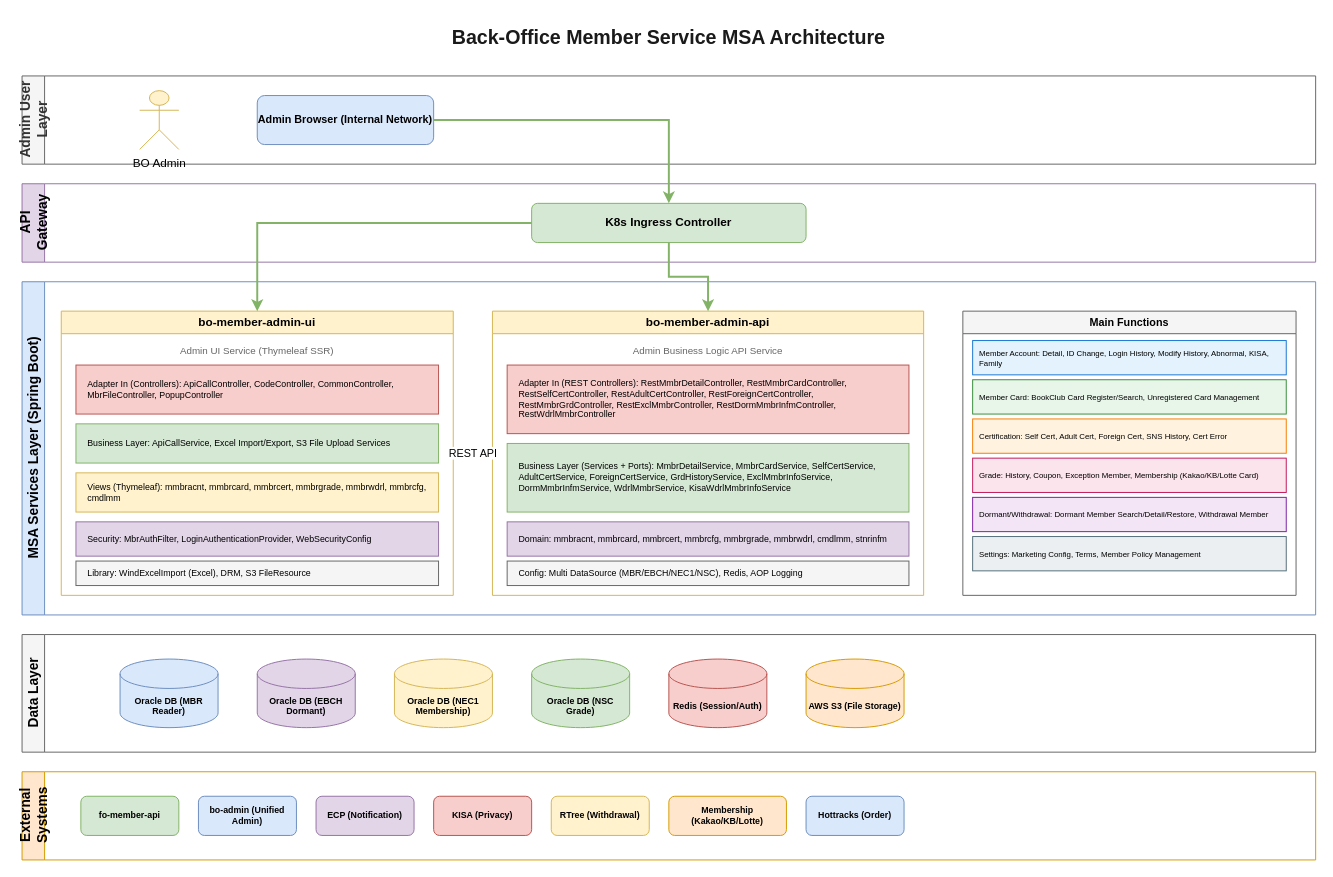
Before: bo-member-msa-architecture_2.drawio in BaekSeungJo/Diagram, a draw.io diagram. Source tidied: cells renumbered, new cells numbered last; positions are measured from the earlier drawing's top-left corner, leaving out a move shared by most shapes. Both pictures are drawn from the tidied source at 98%, with x=0, y=0 at pixel (22, 17).
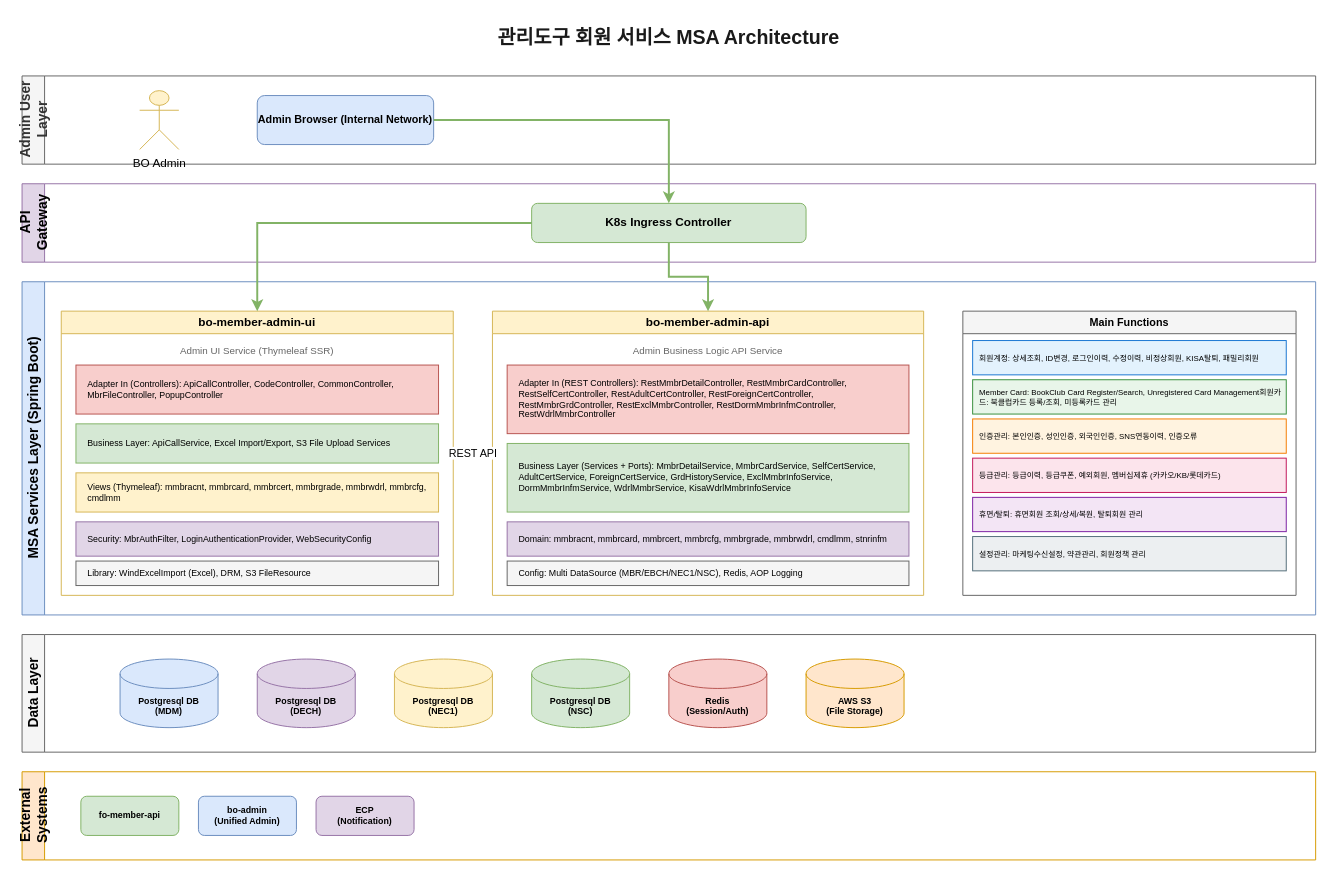
After the change.

Unchanged cells that the change refers to:
```xml
<mxCell id="23" value="Main Functions" style="swimlane;whiteSpace=wrap;html=1;fillColor=#f5f5f5;strokeColor=#666666;fontSize=11;fontStyle=1;" parent="8" vertex="1">
  <mxGeometry x="960" y="30" width="340" height="290" as="geometry" />
</mxCell>
<mxCell id="30" value="Data Layer" style="swimlane;horizontal=0;whiteSpace=wrap;html=1;fillColor=#f5f5f5;strokeColor=#666666;fontSize=14;fontStyle=1;" parent="1" vertex="1">
  <mxGeometry y="630" width="1320" height="120" as="geometry" />
</mxCell>
<mxCell id="37" value="External Systems" style="swimlane;horizontal=0;whiteSpace=wrap;html=1;fillColor=#ffe6cc;strokeColor=#d79b00;fontSize=14;fontStyle=1;" parent="1" vertex="1">
  <mxGeometry y="770" width="1320" height="90" as="geometry" />
</mxCell>
```

Diff of the diagram source:
```diff
@@
-    <mxCell id="2" value="Back-Office Member Service MSA Architecture" style="text;html=1;strokeColor=none;fillColor=none;align=center;verticalAlign=middle;whiteSpace=wrap;rounded=0;fontSize=20;fontStyle=1;fontColor=#1a1a1a;" parent="1" vertex="1">
+    <mxCell id="2" value="관리도구 회원 서비스 MSA Architecture" style="text;html=1;strokeColor=none;fillColor=none;align=center;verticalAlign=middle;whiteSpace=wrap;rounded=0;fontSize=20;fontStyle=1;fontColor=#1a1a1a;" parent="1" vertex="1">
       <mxGeometry x="360" width="600" height="40" as="geometry" />
     </mxCell>
@@
-    <mxCell id="24" value="Member Account: Detail, ID Change, Login History, Modify History, Abnormal, KISA, Family" style="rounded=0;whiteSpace=wrap;html=1;fillColor=#e3f2fd;strokeColor=#1976d2;fontSize=8;align=left;spacingLeft=5;" parent="23" vertex="1">
+    <mxCell id="24" value="회원계정: 상세조회, ID변경, 로그인이력, 수정이력, 비정상회원, KISA탈퇴, 패밀리회원" style="rounded=0;whiteSpace=wrap;html=1;fillColor=#e3f2fd;strokeColor=#1976d2;fontSize=8;align=left;spacingLeft=5;" parent="23" vertex="1">
       <mxGeometry x="10" y="30" width="320" height="35" as="geometry" />
     </mxCell>
-    <mxCell id="25" value="Member Card: BookClub Card Register/Search, Unregistered Card Management" style="rounded=0;whiteSpace=wrap;html=1;fillColor=#e8f5e9;strokeColor=#388e3c;fontSize=8;align=left;spacingLeft=5;" parent="23" vertex="1">
+    <mxCell id="25" value="Member Card: BookClub Card Register/Search, Unregistered Card Management회원카드: 북클럽카드 등록/조회, 미등록카드 관리" style="rounded=0;whiteSpace=wrap;html=1;fillColor=#e8f5e9;strokeColor=#388e3c;fontSize=8;align=left;spacingLeft=5;" parent="23" vertex="1">
       <mxGeometry x="10" y="70" width="320" height="35" as="geometry" />
     </mxCell>
-    <mxCell id="26" value="Certification: Self Cert, Adult Cert, Foreign Cert, SNS History, Cert Error" style="rounded=0;whiteSpace=wrap;html=1;fillColor=#fff3e0;strokeColor=#f57c00;fontSize=8;align=left;spacingLeft=5;" parent="23" vertex="1">
+    <mxCell id="26" value="인증관리: 본인인증, 성인인증, 외국인인증, SNS연동이력, 인증오류" style="rounded=0;whiteSpace=wrap;html=1;fillColor=#fff3e0;strokeColor=#f57c00;fontSize=8;align=left;spacingLeft=5;" parent="23" vertex="1">
       <mxGeometry x="10" y="110" width="320" height="35" as="geometry" />
     </mxCell>
-    <mxCell id="27" value="Grade: History, Coupon, Exception Member, Membership (Kakao/KB/Lotte Card)" style="rounded=0;whiteSpace=wrap;html=1;fillColor=#fce4ec;strokeColor=#c2185b;fontSize=8;align=left;spacingLeft=5;" parent="23" vertex="1">
+    <mxCell id="27" value="등급관리: 등급이력, 등급쿠폰, 예외회원, 멤버십제휴 (카카오/KB/롯데카드)" style="rounded=0;whiteSpace=wrap;html=1;fillColor=#fce4ec;strokeColor=#c2185b;fontSize=8;align=left;spacingLeft=5;" parent="23" vertex="1">
       <mxGeometry x="10" y="150" width="320" height="35" as="geometry" />
     </mxCell>
-    <mxCell id="28" value="Dormant/Withdrawal: Dormant Member Search/Detail/Restore, Withdrawal Member" style="rounded=0;whiteSpace=wrap;html=1;fillColor=#f3e5f5;strokeColor=#7b1fa2;fontSize=8;align=left;spacingLeft=5;" parent="23" vertex="1">
+    <mxCell id="28" value="휴면/탈퇴: 휴면회원 조회/상세/복원, 탈퇴회원 관리" style="rounded=0;whiteSpace=wrap;html=1;fillColor=#f3e5f5;strokeColor=#7b1fa2;fontSize=8;align=left;spacingLeft=5;" parent="23" vertex="1">
       <mxGeometry x="10" y="190" width="320" height="35" as="geometry" />
     </mxCell>
-    <mxCell id="29" value="Settings: Marketing Config, Terms, Member Policy Management" style="rounded=0;whiteSpace=wrap;html=1;fillColor=#eceff1;strokeColor=#546e7a;fontSize=8;align=left;spacingLeft=5;" parent="23" vertex="1">
+    <mxCell id="29" value="설정관리: 마케팅수신설정, 약관관리, 회원정책 관리" style="rounded=0;whiteSpace=wrap;html=1;fillColor=#eceff1;strokeColor=#546e7a;fontSize=8;align=left;spacingLeft=5;" parent="23" vertex="1">
       <mxGeometry x="10" y="230" width="320" height="35" as="geometry" />
     </mxCell>
@@
-    <mxCell id="31" value="Oracle DB (MBR Reader)" style="shape=cylinder3;whiteSpace=wrap;html=1;boundedLbl=1;backgroundOutline=1;size=15;fillColor=#dae8fc;strokeColor=#6c8ebf;fontSize=9;fontStyle=1;" parent="30" vertex="1">
+    <mxCell id="31" value="Postgresql DB &lt;br&gt;(MDM)" style="shape=cylinder3;whiteSpace=wrap;html=1;boundedLbl=1;backgroundOutline=1;size=15;fillColor=#dae8fc;strokeColor=#6c8ebf;fontSize=9;fontStyle=1;" parent="30" vertex="1">
       <mxGeometry x="100" y="25" width="100" height="70" as="geometry" />
     </mxCell>
-    <mxCell id="32" value="Oracle DB (EBCH Dormant)" style="shape=cylinder3;whiteSpace=wrap;html=1;boundedLbl=1;backgroundOutline=1;size=15;fillColor=#e1d5e7;strokeColor=#9673a6;fontSize=9;fontStyle=1;" parent="30" vertex="1">
+    <mxCell id="32" value="Postgresql DB &lt;br&gt;(DECH)" style="shape=cylinder3;whiteSpace=wrap;html=1;boundedLbl=1;backgroundOutline=1;size=15;fillColor=#e1d5e7;strokeColor=#9673a6;fontSize=9;fontStyle=1;" parent="30" vertex="1">
       <mxGeometry x="240" y="25" width="100" height="70" as="geometry" />
     </mxCell>
-    <mxCell id="33" value="Oracle DB (NEC1 Membership)" style="shape=cylinder3;whiteSpace=wrap;html=1;boundedLbl=1;backgroundOutline=1;size=15;fillColor=#fff2cc;strokeColor=#d6b656;fontSize=9;fontStyle=1;" parent="30" vertex="1">
+    <mxCell id="33" value="Postgresql DB &lt;br&gt;(NEC1)" style="shape=cylinder3;whiteSpace=wrap;html=1;boundedLbl=1;backgroundOutline=1;size=15;fillColor=#fff2cc;strokeColor=#d6b656;fontSize=9;fontStyle=1;" parent="30" vertex="1">
       <mxGeometry x="380" y="25" width="100" height="70" as="geometry" />
     </mxCell>
-    <mxCell id="34" value="Oracle DB (NSC Grade)" style="shape=cylinder3;whiteSpace=wrap;html=1;boundedLbl=1;backgroundOutline=1;size=15;fillColor=#d5e8d4;strokeColor=#82b366;fontSize=9;fontStyle=1;" parent="30" vertex="1">
+    <mxCell id="34" value="Postgresql DB &lt;br&gt;(NSC)" style="shape=cylinder3;whiteSpace=wrap;html=1;boundedLbl=1;backgroundOutline=1;size=15;fillColor=#d5e8d4;strokeColor=#82b366;fontSize=9;fontStyle=1;" parent="30" vertex="1">
       <mxGeometry x="520" y="25" width="100" height="70" as="geometry" />
     </mxCell>
-    <mxCell id="35" value="Redis (Session/Auth)" style="shape=cylinder3;whiteSpace=wrap;html=1;boundedLbl=1;backgroundOutline=1;size=15;fillColor=#f8cecc;strokeColor=#b85450;fontSize=9;fontStyle=1;" parent="30" vertex="1">
+    <mxCell id="35" value="Redis &lt;br&gt;(Session/Auth)" style="shape=cylinder3;whiteSpace=wrap;html=1;boundedLbl=1;backgroundOutline=1;size=15;fillColor=#f8cecc;strokeColor=#b85450;fontSize=9;fontStyle=1;" parent="30" vertex="1">
       <mxGeometry x="660" y="25" width="100" height="70" as="geometry" />
     </mxCell>
-    <mxCell id="36" value="AWS S3 (File Storage)" style="shape=cylinder3;whiteSpace=wrap;html=1;boundedLbl=1;backgroundOutline=1;size=15;fillColor=#ffe6cc;strokeColor=#d79b00;fontSize=9;fontStyle=1;" parent="30" vertex="1">
+    <mxCell id="36" value="AWS S3 &lt;br&gt;(File Storage)" style="shape=cylinder3;whiteSpace=wrap;html=1;boundedLbl=1;backgroundOutline=1;size=15;fillColor=#ffe6cc;strokeColor=#d79b00;fontSize=9;fontStyle=1;" parent="30" vertex="1">
       <mxGeometry x="800" y="25" width="100" height="70" as="geometry" />
     </mxCell>
@@
-    <mxCell id="39" value="bo-admin (Unified Admin)" style="rounded=1;whiteSpace=wrap;html=1;fillColor=#dae8fc;strokeColor=#6c8ebf;fontSize=9;fontStyle=1;" parent="37" vertex="1">
+    <mxCell id="39" value="bo-admin &lt;br&gt;(Unified Admin)" style="rounded=1;whiteSpace=wrap;html=1;fillColor=#dae8fc;strokeColor=#6c8ebf;fontSize=9;fontStyle=1;" parent="37" vertex="1">
       <mxGeometry x="180" y="25" width="100" height="40" as="geometry" />
     </mxCell>
-    <mxCell id="40" value="ECP (Notification)" style="rounded=1;whiteSpace=wrap;html=1;fillColor=#e1d5e7;strokeColor=#9673a6;fontSize=9;fontStyle=1;" parent="37" vertex="1">
+    <mxCell id="40" value="ECP &lt;br&gt;(Notification)" style="rounded=1;whiteSpace=wrap;html=1;fillColor=#e1d5e7;strokeColor=#9673a6;fontSize=9;fontStyle=1;" parent="37" vertex="1">
       <mxGeometry x="300" y="25" width="100" height="40" as="geometry" />
     </mxCell>
-    <mxCell id="41" value="KISA (Privacy)" style="rounded=1;whiteSpace=wrap;html=1;fillColor=#f8cecc;strokeColor=#b85450;fontSize=9;fontStyle=1;" parent="37" vertex="1">
-      <mxGeometry x="420" y="25" width="100" height="40" as="geometry" />
-    </mxCell>
-    <mxCell id="42" value="RTree (Withdrawal)" style="rounded=1;whiteSpace=wrap;html=1;fillColor=#fff2cc;strokeColor=#d6b656;fontSize=9;fontStyle=1;" parent="37" vertex="1">
-      <mxGeometry x="540" y="25" width="100" height="40" as="geometry" />
-    </mxCell>
-    <mxCell id="43" value="Membership (Kakao/KB/Lotte)" style="rounded=1;whiteSpace=wrap;html=1;fillColor=#ffe6cc;strokeColor=#d79b00;fontSize=9;fontStyle=1;" parent="37" vertex="1">
-      <mxGeometry x="660" y="25" width="120" height="40" as="geometry" />
-    </mxCell>
-    <mxCell id="44" value="Hottracks (Order)" style="rounded=1;whiteSpace=wrap;html=1;fillColor=#dae8fc;strokeColor=#6c8ebf;fontSize=9;fontStyle=1;" parent="37" vertex="1">
-      <mxGeometry x="800" y="25" width="100" height="40" as="geometry" />
-    </mxCell>
```
